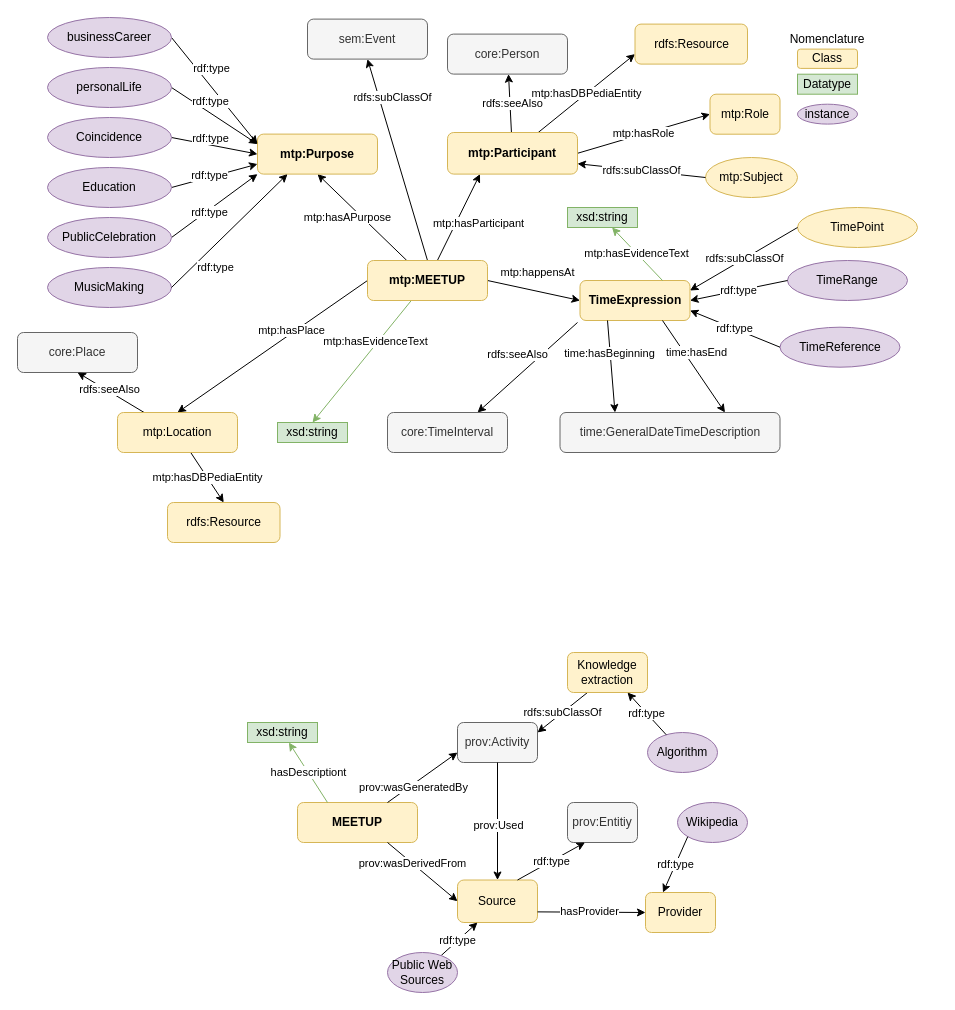
This is page "V0.3" (1 of 3) of meetups-ont-diagram.drawio from polifonia-project/meetups-ontology, a draw.io file, before an edit. Source tidied: cells renumbered, new cells numbered last; positions are measured from the earlier drawing's top-left corner, leaving out a move shared by most shapes. Both pictures are drawn from the tidied source at 100%, with x=0, y=0 at pixel (17, 17).
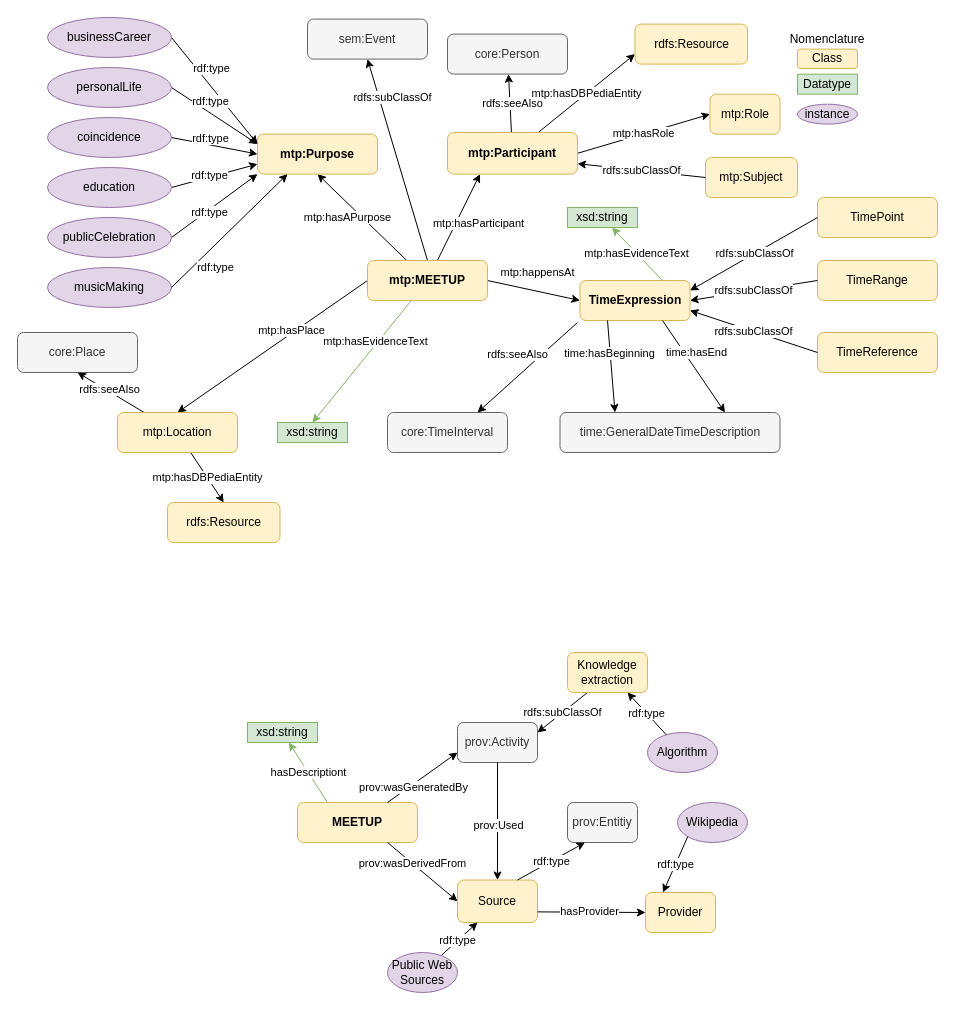
After the change.

Unchanged cells that the change refers to:
```xml
<mxCell id="7" value="TimeExpression" style="rounded=1;whiteSpace=wrap;html=1;fillColor=#fff2cc;strokeColor=#d6b656;fontStyle=1;" parent="1" vertex="1">
  <mxGeometry x="562.5" y="263" width="110" height="40" as="geometry" />
</mxCell>
```

The edit, as a diff of the source:
```diff
@@
-    <mxCell id="8" value="TimePoint" style="ellipse;whiteSpace=wrap;html=1;fillColor=#fff2cc;strokeColor=#d6b656;" parent="1" vertex="1">
-      <mxGeometry x="780" y="190" width="120" height="40" as="geometry" />
+    <mxCell id="8" value="TimePoint" style="rounded=1;whiteSpace=wrap;html=1;fillColor=#fff2cc;strokeColor=#d6b656;fontStyle=0;" parent="1" vertex="1">
+      <mxGeometry x="800" y="180" width="120" height="40" as="geometry" />
     </mxCell>
-    <mxCell id="9" value="TimeRange" style="ellipse;whiteSpace=wrap;html=1;fillColor=#e1d5e7;strokeColor=#9673a6;" parent="1" vertex="1">
-      <mxGeometry x="770" y="243" width="120" height="40" as="geometry" />
+    <mxCell id="9" value="TimeRange" style="rounded=1;whiteSpace=wrap;html=1;fillColor=#fff2cc;strokeColor=#d6b656;fontStyle=0;" parent="1" vertex="1">
+      <mxGeometry x="800" y="243" width="120" height="40" as="geometry" />
     </mxCell>
-    <mxCell id="10" value="TimeReference" style="ellipse;whiteSpace=wrap;html=1;fillColor=#e1d5e7;strokeColor=#9673a6;" parent="1" vertex="1">
-      <mxGeometry x="762.5" y="309.7" width="120" height="40" as="geometry" />
+    <mxCell id="10" value="TimeReference" style="rounded=1;whiteSpace=wrap;html=1;fillColor=#fff2cc;strokeColor=#d6b656;fontStyle=0;" parent="1" vertex="1">
+      <mxGeometry x="800" y="315" width="120" height="40" as="geometry" />
     </mxCell>
@@
-    <mxCell id="12" value="rdf:type" style="endArrow=classic;html=1;rounded=0;exitX=0;exitY=0.5;exitDx=0;exitDy=0;entryX=1;entryY=0.75;entryDx=0;entryDy=0;" parent="1" edge="1" source="10" target="7">
+    <mxCell id="12" value="rdfs:subClassOf" style="endArrow=classic;html=1;rounded=0;exitX=0;exitY=0.5;exitDx=0;exitDy=0;entryX=1;entryY=0.75;entryDx=0;entryDy=0;" parent="1" edge="1" source="10" target="7">
       <mxGeometry relative="1" as="geometry" />
     </mxCell>
-    <mxCell id="13" value="rdf:type" style="endArrow=classic;html=1;rounded=0;entryX=1;entryY=0.5;entryDx=0;entryDy=0;exitX=0;exitY=0.5;exitDx=0;exitDy=0;" parent="1" edge="1" source="9" target="7">
+    <mxCell id="13" value="rdfs:subClassOf" style="endArrow=classic;html=1;rounded=0;entryX=1;entryY=0.5;entryDx=0;entryDy=0;exitX=0;exitY=0.5;exitDx=0;exitDy=0;" parent="1" edge="1" source="9" target="7">
       <mxGeometry relative="1" as="geometry" />
     </mxCell>
@@
-    <mxCell id="34" value="mtp:Subject" style="ellipse;whiteSpace=wrap;html=1;fillColor=#fff2cc;strokeColor=#d6b656;" parent="1" vertex="1">
+    <mxCell id="34" value="mtp:Subject" style="rounded=1;whiteSpace=wrap;html=1;fillColor=#fff2cc;strokeColor=#d6b656;fontStyle=0;" parent="1" vertex="1">
       <mxGeometry x="688" y="140" width="92" height="40" as="geometry" />
     </mxCell>
@@
-    <mxCell id="50" value="Coincidence" style="ellipse;whiteSpace=wrap;html=1;fillColor=#e1d5e7;strokeColor=#9673a6;" parent="1" vertex="1">
+    <mxCell id="50" value="coincidence" style="ellipse;whiteSpace=wrap;html=1;fillColor=#e1d5e7;strokeColor=#9673a6;" parent="1" vertex="1">
       <mxGeometry x="30" y="100" width="124" height="40" as="geometry" />
     </mxCell>
-    <mxCell id="51" value="Education" style="ellipse;whiteSpace=wrap;html=1;fillColor=#e1d5e7;strokeColor=#9673a6;" parent="1" vertex="1">
+    <mxCell id="51" value="education" style="ellipse;whiteSpace=wrap;html=1;fillColor=#e1d5e7;strokeColor=#9673a6;" parent="1" vertex="1">
       <mxGeometry x="30" y="150" width="124" height="40" as="geometry" />
     </mxCell>
-    <mxCell id="52" value="PublicCelebration" style="ellipse;whiteSpace=wrap;html=1;fillColor=#e1d5e7;strokeColor=#9673a6;" parent="1" vertex="1">
+    <mxCell id="52" value="publicCelebration" style="ellipse;whiteSpace=wrap;html=1;fillColor=#e1d5e7;strokeColor=#9673a6;" parent="1" vertex="1">
       <mxGeometry x="30" y="200" width="124" height="40" as="geometry" />
     </mxCell>
-    <mxCell id="53" value="MusicMaking" style="ellipse;whiteSpace=wrap;html=1;fillColor=#e1d5e7;strokeColor=#9673a6;" parent="1" vertex="1">
+    <mxCell id="53" value="musicMaking" style="ellipse;whiteSpace=wrap;html=1;fillColor=#e1d5e7;strokeColor=#9673a6;" parent="1" vertex="1">
       <mxGeometry x="30" y="250" width="124" height="40" as="geometry" />
     </mxCell>
```
